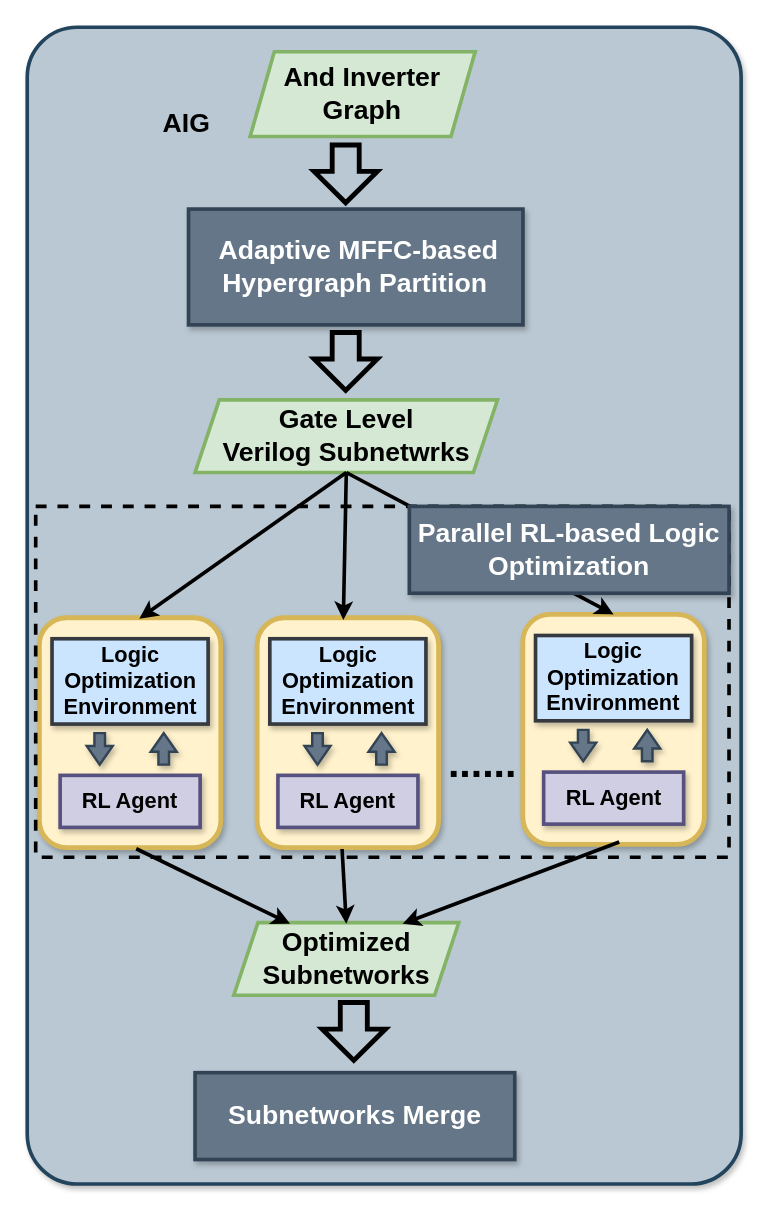
kxzhu0505/LogicSynOpt keeps this draw.io diagram as engine.drawio. Above is the earlier version. Source tidied: cells renumbered, new cells numbered last; positions are measured from the earlier drawing's top-left corner, leaving out a move shared by most shapes. Both pictures are drawn from the tidied source at 121%, with x=0, y=0 at pixel (27, 27).
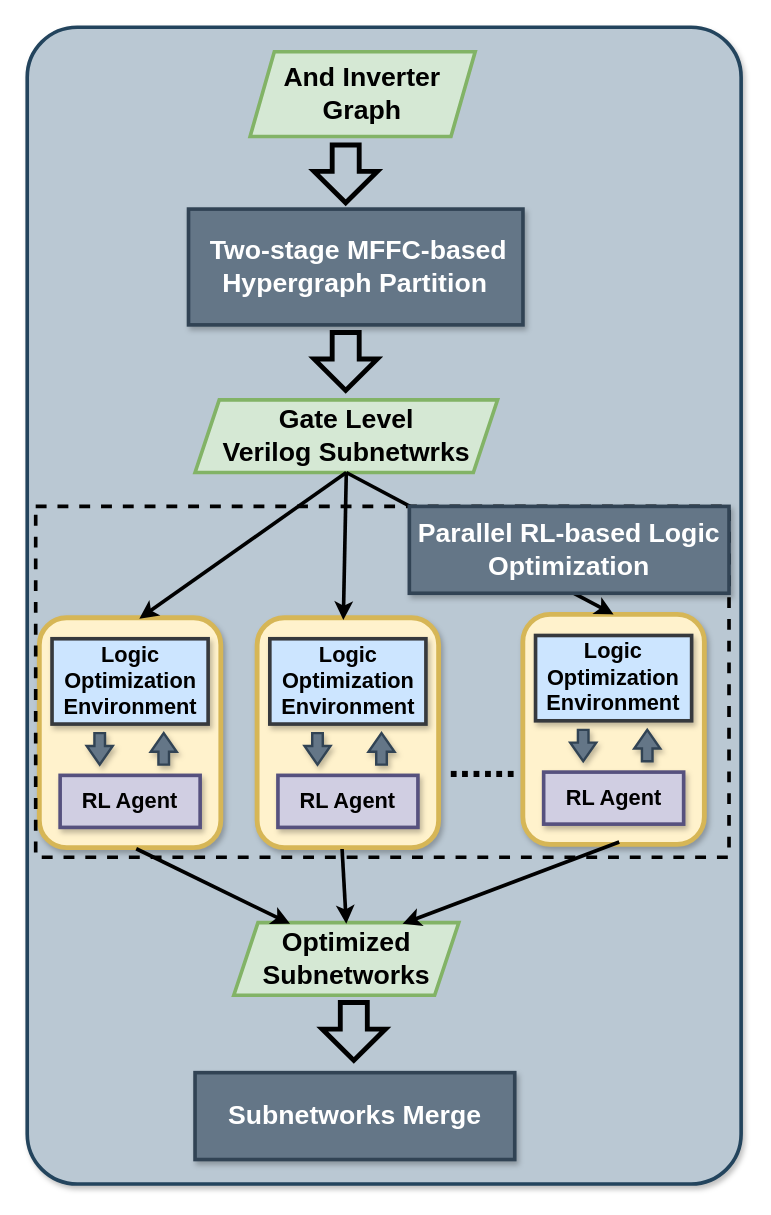
After the change.

Diff of the diagram source:
```diff
@@
-    <mxCell id="3" value="&lt;b style=&quot;&quot;&gt;&lt;font style=&quot;font-size: 22px;&quot;&gt;AIG&amp;nbsp;&lt;/font&gt;&lt;/b&gt;" style="text;html=1;align=center;verticalAlign=middle;whiteSpace=wrap;rounded=0;" parent="1" vertex="1">
-      <mxGeometry x="98.4" y="74.8" width="74.1" height="10.2" as="geometry" />
-    </mxCell>
@@
-    <mxCell id="8" value="&lt;b style=&quot;color: rgb(0, 0, 0);&quot;&gt;&lt;font style=&quot;font-size: 22px;&quot; color=&quot;#ffffff&quot;&gt;&amp;nbsp;Adaptive MFFC-based Hypergraph Partition&lt;/font&gt;&lt;/b&gt;" style="rounded=0;whiteSpace=wrap;html=1;fillColor=#647687;fontColor=#ffffff;strokeColor=#314354;strokeWidth=3;shadow=1;" parent="1" vertex="1">
+    <mxCell id="8" value="&lt;b style=&quot;color: rgb(0, 0, 0);&quot;&gt;&lt;font style=&quot;font-size: 22px;&quot; color=&quot;#ffffff&quot;&gt;&amp;nbsp;Two-stage MFFC-based Hypergraph Partition&lt;/font&gt;&lt;/b&gt;" style="rounded=0;whiteSpace=wrap;html=1;fillColor=#647687;fontColor=#ffffff;strokeColor=#314354;strokeWidth=3;shadow=1;" parent="1" vertex="1">
       <mxGeometry x="133.3" y="150.3" width="276.4" height="95.7" as="geometry" />
     </mxCell>
```
